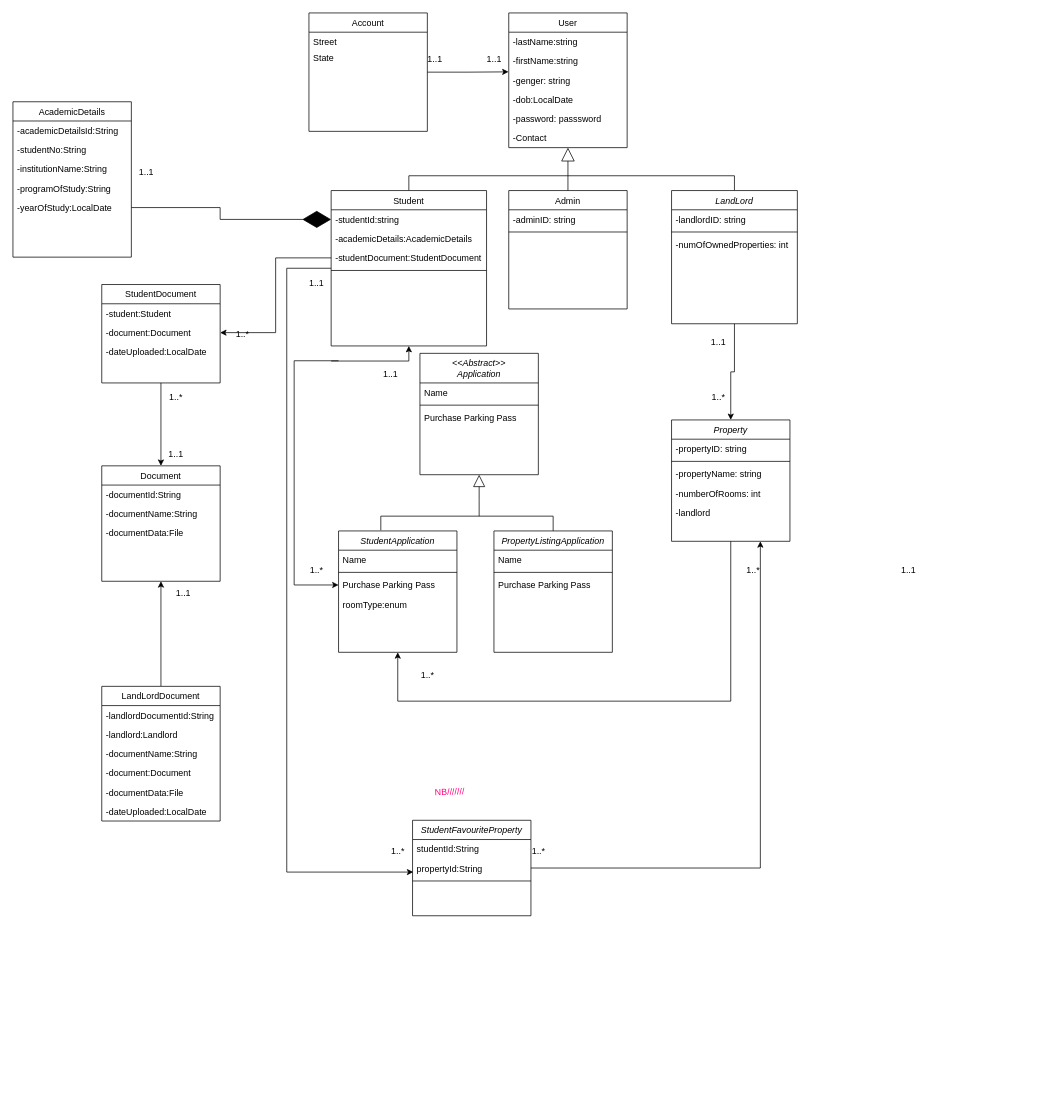
This is UMLDiagram.drawio from SETHU60/cput_accomodation_application, a draw.io file, before an edit. Source tidied: cells renumbered, new cells numbered last; positions are measured from the earlier drawing's top-left corner, leaving out a move shared by most shapes. Both pictures are drawn from the tidied source at 74%, with x=0, y=0 at pixel (13, 13).
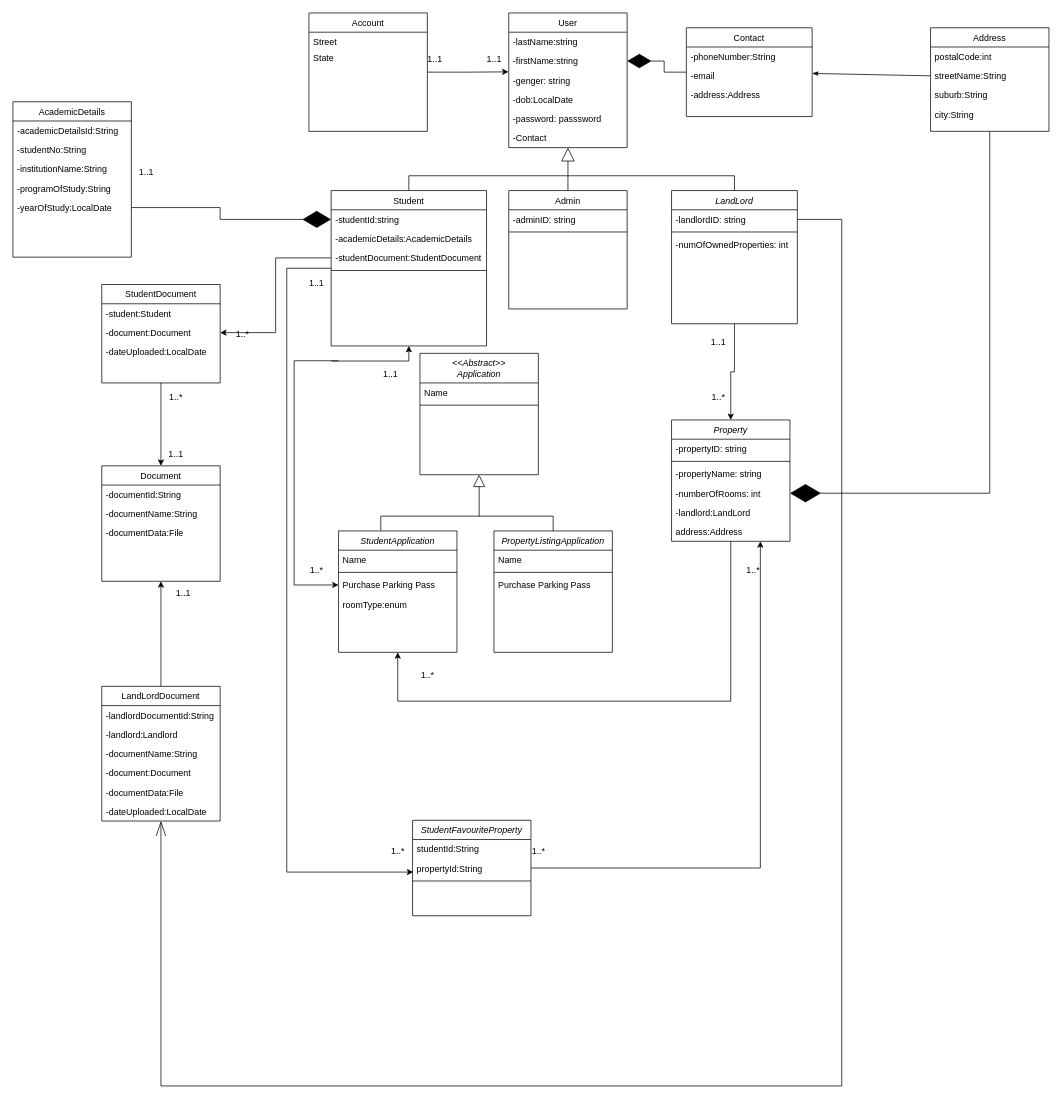
After the change.

The change refers to these unchanged cells:
```xml
<mxCell id="13" value="-landlordID: string" style="text;align=left;verticalAlign=top;spacingLeft=4;spacingRight=4;overflow=hidden;points=[[0,0.5],[1,0.5]];portConstraint=eastwest;" parent="12" vertex="1">
  <mxGeometry y="26" width="170" height="26" as="geometry" />
</mxCell>
<mxCell id="27" value="Property" style="swimlane;fontStyle=2;align=center;verticalAlign=top;horizontal=1;startSize=26;rounded=0;shadow=0;strokeWidth=1;" parent="1" vertex="1">
  <mxGeometry x="890" y="550" width="160" height="164" as="geometry" />
</mxCell>
<mxCell id="31" value="-numberOfRooms: int" style="text;align=left;verticalAlign=top;spacingLeft=4;spacingRight=4;overflow=hidden;points=[[0,0.5],[1,0.5]];portConstraint=eastwest;" parent="27" vertex="1">
  <mxGeometry y="86" width="160" height="26" as="geometry" />
</mxCell>
<mxCell id="41" value="-firstName:string" style="text;align=left;verticalAlign=top;spacingLeft=4;spacingRight=4;overflow=hidden;points=[[0,0.5],[1,0.5]];portConstraint=eastwest;rounded=0;shadow=0;html=0;" parent="39" vertex="1">
  <mxGeometry y="52" width="160" height="26" as="geometry" />
</mxCell>
<mxCell id="47" value="&lt;&lt;Abstract&gt;&gt;&#10;Application" style="swimlane;fontStyle=2;align=center;verticalAlign=top;horizontal=1;startSize=40;rounded=0;shadow=0;strokeWidth=1;" parent="1" vertex="1">
  <mxGeometry x="550" y="460" width="160" height="164" as="geometry" />
</mxCell>
<mxCell id="82" value="LandLordDocument" style="swimlane;fontStyle=0;align=center;verticalAlign=top;horizontal=1;startSize=26;rounded=0;shadow=0;strokeWidth=1;" parent="1" vertex="1">
  <mxGeometry x="120" y="910" width="160" height="182" as="geometry" />
</mxCell>
```

The edit, as a diff of the source:
```diff
@@
-    <mxCell id="32" value="-landlord" style="text;align=left;verticalAlign=top;spacingLeft=4;spacingRight=4;overflow=hidden;" parent="27" vertex="1">
+    <mxCell id="32" value="-landlord:LandLord" style="text;align=left;verticalAlign=top;spacingLeft=4;spacingRight=4;overflow=hidden;" parent="27" vertex="1">
       <mxGeometry y="112" width="160" height="26" as="geometry" />
     </mxCell>
+    <mxCell id="101" value="address:Address" style="text;align=left;verticalAlign=top;spacingLeft=4;spacingRight=4;overflow=hidden;" parent="27" vertex="1">
+      <mxGeometry y="138" width="160" height="26" as="geometry" />
+    </mxCell>
@@
-    <mxCell id="50" value="Purchase Parking Pass" style="text;align=left;verticalAlign=top;spacingLeft=4;spacingRight=4;overflow=hidden;" parent="47" vertex="1">
-      <mxGeometry y="74" width="160" height="26" as="geometry" />
-    </mxCell>
@@
+    <mxCell id="102" style="edgeStyle=orthogonalEdgeStyle;rounded=0;jettySize=auto;html=1;entryX=1;entryY=0.5;entryDx=0;entryDy=0;endArrow=none;endFill=0;startArrow=openThin;startFill=0;startSize=18;" parent="1" edge="1" source="82" target="13">
+      <mxGeometry relative="1" as="geometry">
+        <Array as="points">
+          <mxPoint x="200" y="1450" />
+          <mxPoint x="1120" y="1450" />
+          <mxPoint x="1120" y="279" />
+        </Array>
+      </mxGeometry>
+    </mxCell>
@@
-    <mxCell id="96" value="1..1" style="text;html=1;align=center;verticalAlign=middle;strokeColor=none;fillColor=none;" parent="1" vertex="1">
-      <mxGeometry x="1190" y="738" width="40" height="30" as="geometry" />
-    </mxCell>
@@
-    <mxCell id="100" value="&lt;font color=&quot;#ff0080&quot;&gt;NB///////&lt;/font&gt;" style="text;html=1;align=center;verticalAlign=middle;strokeColor=none;fillColor=none;rotation=-2;" parent="1" vertex="1">
-      <mxGeometry x="560" y="1038" width="60" height="30" as="geometry" />
-    </mxCell>
+    <mxCell id="103" value="Contact" style="swimlane;fontStyle=0;align=center;verticalAlign=top;horizontal=1;startSize=26;rounded=0;shadow=0;strokeWidth=1;" parent="1" vertex="1">
+      <mxGeometry x="910" y="20" width="170" height="120" as="geometry" />
+    </mxCell>
+    <mxCell id="104" value="-phoneNumber:String" style="text;align=left;verticalAlign=top;spacingLeft=4;spacingRight=4;overflow=hidden;rounded=0;shadow=0;html=0;" parent="103" vertex="1">
+      <mxGeometry y="26" width="170" height="26" as="geometry" />
+    </mxCell>
+    <mxCell id="105" value="-email" style="text;align=left;verticalAlign=top;spacingLeft=4;spacingRight=4;overflow=hidden;rounded=0;shadow=0;html=0;" parent="103" vertex="1">
+      <mxGeometry y="52" width="170" height="26" as="geometry" />
+    </mxCell>
+    <mxCell id="106" value="-address:Address" style="text;align=left;verticalAlign=top;spacingLeft=4;spacingRight=4;overflow=hidden;rounded=0;shadow=0;html=0;" parent="103" vertex="1">
+      <mxGeometry y="78" width="170" height="26" as="geometry" />
+    </mxCell>
+    <mxCell id="107" style="edgeStyle=orthogonalEdgeStyle;rounded=0;jettySize=auto;html=1;entryX=1;entryY=0.5;entryDx=0;entryDy=0;endArrow=diamondThin;endFill=1;startArrow=none;startFill=0;endSize=39;startSize=6;" parent="1" edge="1" source="108" target="31">
+      <mxGeometry relative="1" as="geometry" />
+    </mxCell>
+    <mxCell id="108" value="Address" style="swimlane;fontStyle=0;align=center;verticalAlign=top;horizontal=1;startSize=26;rounded=0;shadow=0;strokeWidth=1;" parent="1" vertex="1">
+      <mxGeometry x="1240" y="20" width="160" height="140" as="geometry" />
+    </mxCell>
+    <mxCell id="109" value="postalCode:int" style="text;align=left;verticalAlign=top;spacingLeft=4;spacingRight=4;overflow=hidden;rounded=0;shadow=0;html=0;" parent="108" vertex="1">
+      <mxGeometry y="26" width="160" height="26" as="geometry" />
+    </mxCell>
+    <mxCell id="110" value="streetName:String" style="text;align=left;verticalAlign=top;spacingLeft=4;spacingRight=4;overflow=hidden;points=[[0,0.5],[1,0.5]];portConstraint=eastwest;rounded=0;shadow=0;html=0;" parent="108" vertex="1">
+      <mxGeometry y="52" width="160" height="26" as="geometry" />
+    </mxCell>
+    <mxCell id="111" value="suburb:String" style="text;align=left;verticalAlign=top;spacingLeft=4;spacingRight=4;overflow=hidden;rounded=0;shadow=0;html=0;" parent="108" vertex="1">
+      <mxGeometry y="78" width="160" height="26" as="geometry" />
+    </mxCell>
+    <mxCell id="112" value="city:String" style="text;align=left;verticalAlign=top;spacingLeft=4;spacingRight=4;overflow=hidden;rounded=0;shadow=0;html=0;" parent="108" vertex="1">
+      <mxGeometry y="104" width="160" height="26" as="geometry" />
+    </mxCell>
+    <mxCell id="113" style="rounded=0;jettySize=auto;html=1;entryX=0;entryY=0.5;entryDx=0;entryDy=0;endArrow=none;endFill=0;startArrow=classicThin;startFill=1;" parent="1" edge="1" source="103" target="110">
+      <mxGeometry relative="1" as="geometry" />
+    </mxCell>
+    <mxCell id="114" style="edgeStyle=orthogonalEdgeStyle;rounded=0;jettySize=auto;html=1;entryX=1;entryY=0.5;entryDx=0;entryDy=0;endArrow=diamondThin;endFill=1;endSize=30;" parent="1" edge="1" source="103" target="41">
+      <mxGeometry relative="1" as="geometry" />
+    </mxCell>
```
